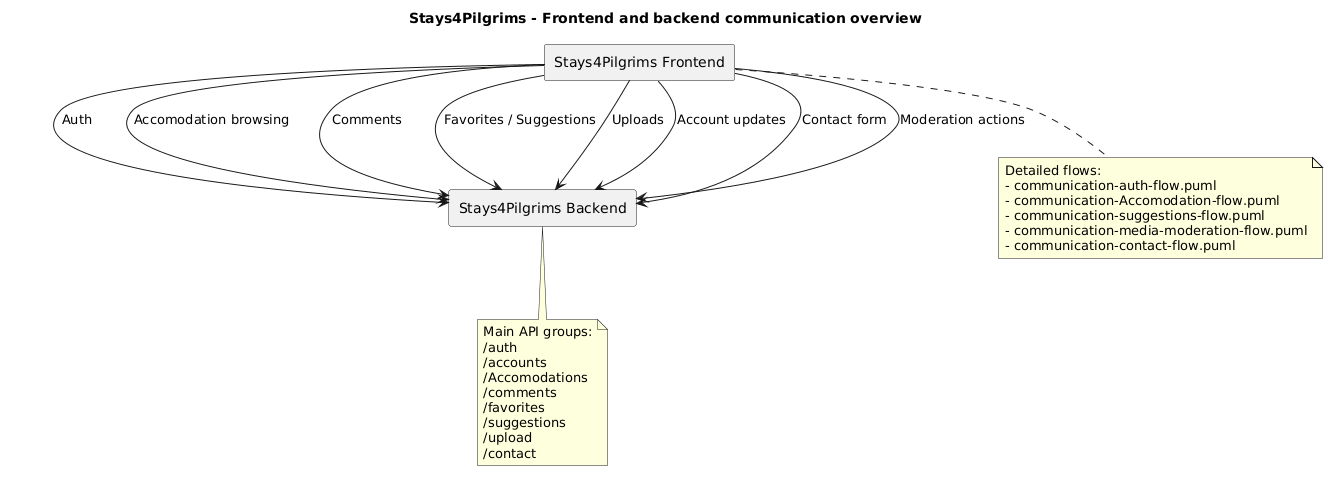
alegna83/cookbook-be keeps this PlantUML diagram as docs/diagrams/png/communication-overview.png. Above is the earlier version.
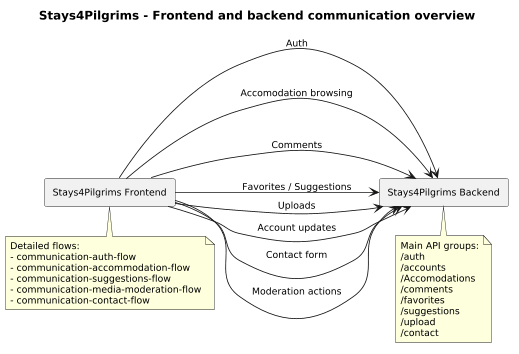
After the change.

The edit, as a diff of the source:
```diff
@@ -1,7 +1,14 @@
 @startuml
 title Stays4Pilgrims - Frontend and backend communication overview
-
+scale 0.85
+left to right direction
+skinparam defaultFontName Arial
+skinparam defaultFontSize 11
 skinparam componentStyle rectangle
+skinparam component {
+  Padding 8
+}
+skinparam ArrowThickness 1
 
 component "Stays4Pilgrims Frontend" as FE
 component "Stays4Pilgrims Backend" as BE
@@ -17,11 +24,11 @@
 
 note bottom of FE
   Detailed flows:
-  - communication-auth-flow.puml
-  - communication-Accomodation-flow.puml
-  - communication-suggestions-flow.puml
-  - communication-media-moderation-flow.puml
-  - communication-contact-flow.puml
+  - communication-auth-flow
+  - communication-accommodation-flow
+  - communication-suggestions-flow
+  - communication-media-moderation-flow
+  - communication-contact-flow
 end note
 
 note bottom of BE
```
